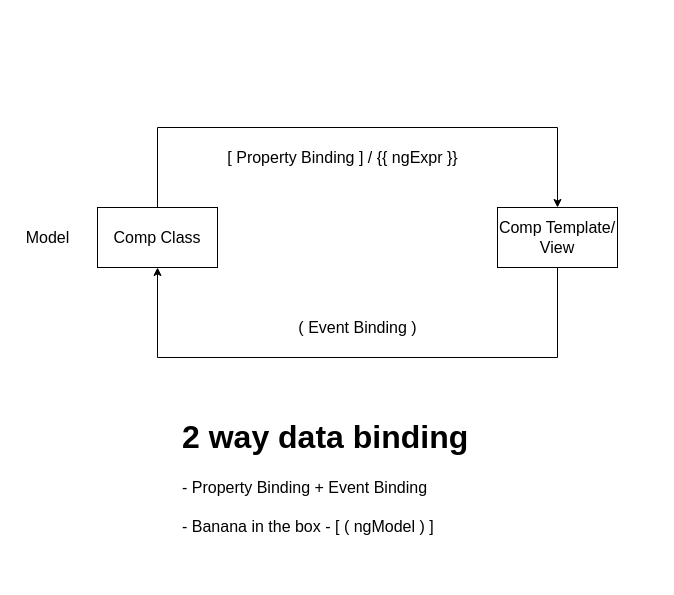
Before: page "Page-6" (6 of 7) of refs/diagrams.drawio in synergy2411/citius-jan22, a draw.io diagram. Source tidied: cells renumbered, new cells numbered last; positions are measured from the earlier drawing's top-left corner, leaving out a move shared by most shapes. Both pictures are drawn from the tidied source at 100%, with x=0, y=0 at pixel (17, 127).
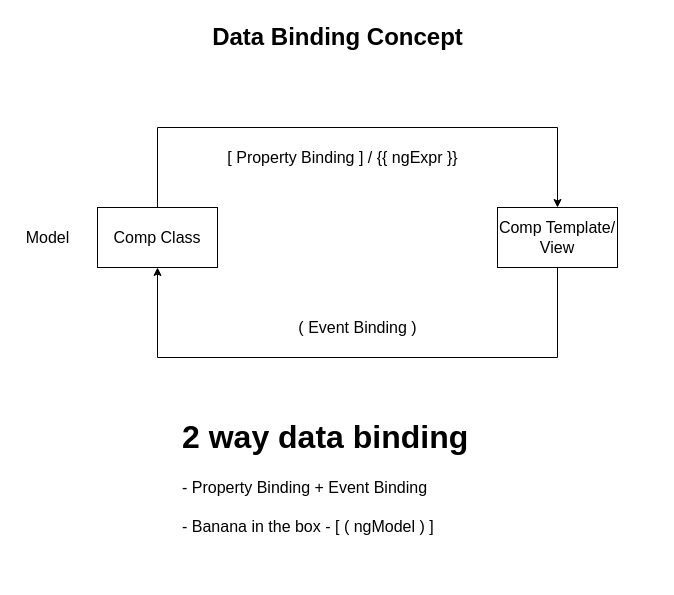
The same page after the edit.

Change to the diagram source:
```diff
@@
 <mxGraphModel>
   <root>
     <mxCell id="0" />
     <mxCell id="1" parent="0" />
     <mxCell id="2" style="edgeStyle=orthogonalEdgeStyle;rounded=0;jettySize=auto;html=1;exitX=0.5;exitY=0;exitDx=0;exitDy=0;entryX=0.5;entryY=0;entryDx=0;entryDy=0;fontSize=16;" parent="1" edge="1" source="3" target="5">
       <mxGeometry relative="1" as="geometry">
         <Array as="points">
           <mxPoint x="140" />
           <mxPoint x="540" />
         </Array>
       </mxGeometry>
     </mxCell>
     <mxCell id="3" value="Comp Class" style="rounded=0;whiteSpace=wrap;html=1;fontSize=16;" parent="1" vertex="1">
       <mxGeometry x="80" y="80" width="120" height="60" as="geometry" />
     </mxCell>
     <mxCell id="4" style="edgeStyle=orthogonalEdgeStyle;rounded=0;jettySize=auto;html=1;exitX=0.5;exitY=1;exitDx=0;exitDy=0;entryX=0.5;entryY=1;entryDx=0;entryDy=0;fontSize=16;" parent="1" edge="1" source="5" target="3">
       <mxGeometry relative="1" as="geometry">
         <Array as="points">
           <mxPoint x="540" y="230" />
           <mxPoint x="140" y="230" />
         </Array>
       </mxGeometry>
     </mxCell>
     <mxCell id="5" value="Comp Template/ View" style="rounded=0;whiteSpace=wrap;html=1;fontSize=16;" parent="1" vertex="1">
       <mxGeometry x="480" y="80" width="120" height="60" as="geometry" />
     </mxCell>
     <mxCell id="6" value="Model" style="text;html=1;align=center;verticalAlign=middle;strokeColor=none;fillColor=none;fontSize=16;" parent="1" vertex="1">
       <mxGeometry y="100" width="60" height="20" as="geometry" />
     </mxCell>
     <mxCell id="7" value="[ Property Binding ] / {{ ngExpr }}" style="text;html=1;align=center;verticalAlign=middle;strokeColor=none;fillColor=none;fontSize=16;" parent="1" vertex="1">
       <mxGeometry x="200" y="20" width="250" height="20" as="geometry" />
     </mxCell>
     <mxCell id="8" value="( Event Binding )" style="text;html=1;align=center;verticalAlign=middle;strokeColor=none;fillColor=none;fontSize=16;" parent="1" vertex="1">
       <mxGeometry x="275" y="190" width="130" height="20" as="geometry" />
     </mxCell>
     <mxCell id="9" value="&lt;h1&gt;2 way data binding&lt;/h1&gt;&lt;div&gt;- Property Binding + Event Binding&lt;/div&gt;&lt;div&gt;&lt;br&gt;&lt;/div&gt;&lt;div&gt;- Banana in the box - [ ( ngModel ) ]&lt;/div&gt;" style="text;html=1;strokeColor=none;fillColor=none;spacing=5;spacingTop=-20;whiteSpace=wrap;overflow=hidden;rounded=0;fontSize=16;" parent="1" vertex="1">
       <mxGeometry x="160" y="280" width="480" height="170" as="geometry" />
     </mxCell>
+    <mxCell id="10" value="Data Binding Concept" style="text;strokeColor=none;fillColor=none;html=1;fontSize=24;fontStyle=1;verticalAlign=middle;align=center;" parent="1" vertex="1">
+      <mxGeometry x="270" y="-110" width="100" height="40" as="geometry" />
+    </mxCell>
   </root>
 </mxGraphModel>
```
